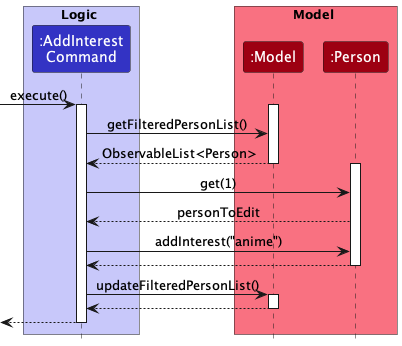
nus-cs2103-AY2223S1/tp keeps this PlantUML diagram as docs/images/AddInterestRefSequenceDiagram.png. Above is the earlier version.
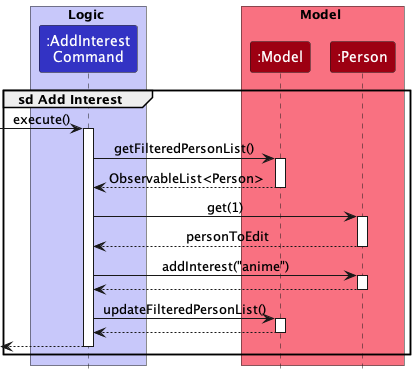
After the commit.

Commit message:
Fix Add Interest Sequence Diagram errors

Change to the diagram source:
```diff
@@ -10,19 +10,22 @@
 participant ":Person" as Person MODEL_COLOR
 end box
 
+group sd Add Interest
 [-> AddInterestCommand : execute()
 activate AddInterestCommand
 
+AddInterestCommand -> Model: getFilteredPersonList()
 activate Model
-
-AddInterestCommand -> Model: getFilteredPersonList()
 Model --> AddInterestCommand: ObservableList<Person>
 deactivate Model
+
+AddInterestCommand -> Person: get(1)
 activate Person
-AddInterestCommand -> Person: get(1)
 Person --> AddInterestCommand: personToEdit
+deactivate Person
 
 AddInterestCommand -> Person: addInterest("anime")
+activate Person
 Person --> AddInterestCommand
 deactivate Person
 
@@ -34,4 +37,5 @@
 
 [<--AddInterestCommand
 deactivate AddInterestCommand
+end
 @enduml
```
